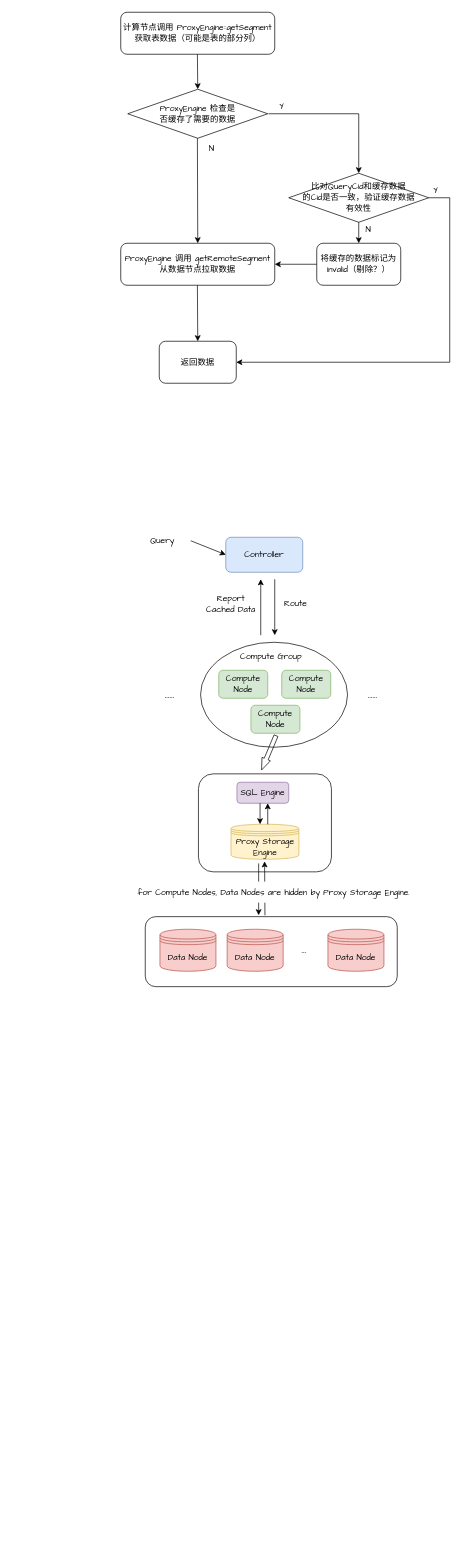
This is disaggregate.drawio from yeqiyi/drawIO, a draw.io file, before an edit. Source tidied: cells renumbered, new cells numbered last; positions are measured from the earlier drawing's top-left corner, leaving out a move shared by most shapes. Both pictures are drawn from the tidied source at 70%, with x=0, y=0 at pixel (120, 12).
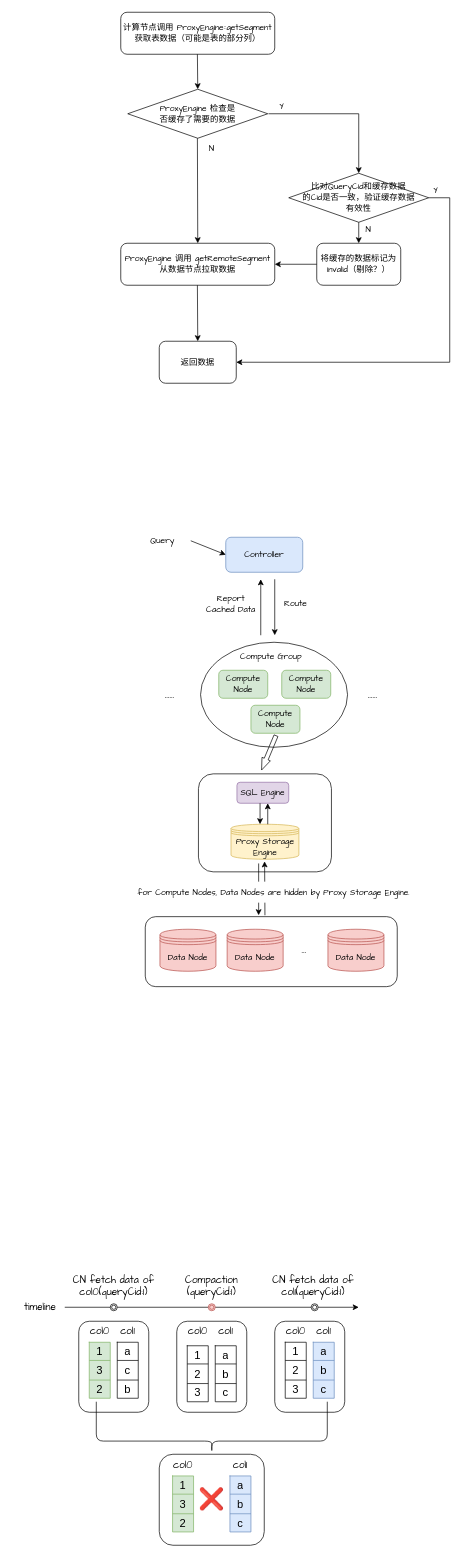
After the change.

The edit, as a diff of the source:
```diff
@@
+    <mxCell id="47" style="endArrow=classic;html=1;rounded=0;" parent="1" edge="1">
+      <mxGeometry relative="1" as="geometry">
+        <mxPoint x="-80" y="1850" as="sourcePoint" />
+        <mxPoint x="340" y="1850" as="targetPoint" />
+      </mxGeometry>
+    </mxCell>
+    <mxCell id="48" value="&lt;font style=&quot;font-size: 14px;&quot; face=&quot;Comic Sans MS&quot;&gt;timeline&lt;/font&gt;" style="text;html=1;align=center;verticalAlign=middle;whiteSpace=wrap;rounded=0;" parent="1" vertex="1">
+      <mxGeometry x="-155" y="1835" width="80" height="30" as="geometry" />
+    </mxCell>
+    <mxCell id="49" style="ellipse;shape=doubleEllipse;whiteSpace=wrap;html=1;" parent="1" vertex="1">
+      <mxGeometry x="-15" y="1845" width="10" height="10" as="geometry" />
+    </mxCell>
+    <mxCell id="50" value="&lt;font face=&quot;Comic Sans MS&quot;&gt;&lt;span style=&quot;font-size: 14px;&quot;&gt;CN fetch data of&lt;/span&gt;&lt;/font&gt;&lt;div&gt;&lt;font face=&quot;Comic Sans MS&quot;&gt;&lt;span style=&quot;font-size: 14px;&quot;&gt;col0(queryCid:1)&lt;/span&gt;&lt;/font&gt;&lt;/div&gt;" style="text;html=1;align=center;verticalAlign=middle;whiteSpace=wrap;rounded=0;" parent="1" vertex="1">
+      <mxGeometry x="-75" y="1805" width="130" height="30" as="geometry" />
+    </mxCell>
+    <mxCell id="51" style="rounded=1;whiteSpace=wrap;html=1;" parent="1" vertex="1">
+      <mxGeometry x="-60" y="1870" width="100" height="130" as="geometry" />
+    </mxCell>
+    <mxCell id="52" value="&lt;font style=&quot;font-size: 14px;&quot; face=&quot;Comic Sans MS&quot;&gt;col0&lt;/font&gt;" style="text;html=1;align=center;verticalAlign=middle;whiteSpace=wrap;rounded=0;" parent="1" vertex="1">
+      <mxGeometry x="-70" y="1870" width="80" height="30" as="geometry" />
+    </mxCell>
+    <mxCell id="53" value="&lt;font style=&quot;font-size: 14px;&quot; face=&quot;Comic Sans MS&quot;&gt;col1&lt;/font&gt;" style="text;html=1;align=center;verticalAlign=middle;whiteSpace=wrap;rounded=0;" parent="1" vertex="1">
+      <mxGeometry x="-30" y="1870" width="80" height="30" as="geometry" />
+    </mxCell>
+    <mxCell id="54" style="shape=table;startSize=0;childLayout=tableLayout;fontSize=16;fillColor=#d5e8d4;strokeColor=#82b366;" parent="1" vertex="1">
+      <mxGeometry x="-45" y="1900" width="30" height="80" as="geometry" />
+    </mxCell>
+    <mxCell id="55" style="shape=tableRow;horizontal=0;startSize=0;swimlaneHead=0;swimlaneBody=0;strokeColor=inherit;top=0;left=0;bottom=0;right=0;fillColor=none;fontSize=16;" parent="54" vertex="1">
+      <mxGeometry width="30" height="26" as="geometry" />
+    </mxCell>
+    <mxCell id="56" value="1" style="shape=partialRectangle;html=1;whiteSpace=wrap;strokeColor=inherit;overflow=hidden;fillColor=none;top=0;left=0;bottom=0;right=0;fontSize=16;" parent="55" vertex="1">
+      <mxGeometry width="30" height="26" as="geometry" />
+    </mxCell>
+    <mxCell id="57" style="shape=tableRow;horizontal=0;startSize=0;swimlaneHead=0;swimlaneBody=0;strokeColor=inherit;top=0;left=0;bottom=0;right=0;fillColor=none;fontSize=16;" parent="54" vertex="1">
+      <mxGeometry y="26" width="30" height="28" as="geometry" />
+    </mxCell>
+    <mxCell id="58" value="3" style="shape=partialRectangle;html=1;whiteSpace=wrap;strokeColor=inherit;overflow=hidden;fillColor=none;top=0;left=0;bottom=0;right=0;fontSize=16;" parent="57" vertex="1">
+      <mxGeometry width="30" height="28" as="geometry" />
+    </mxCell>
+    <mxCell id="59" style="shape=tableRow;horizontal=0;startSize=0;swimlaneHead=0;swimlaneBody=0;strokeColor=inherit;top=0;left=0;bottom=0;right=0;fillColor=none;fontSize=16;" parent="54" vertex="1">
+      <mxGeometry y="54" width="30" height="26" as="geometry" />
+    </mxCell>
+    <mxCell id="60" value="2" style="shape=partialRectangle;html=1;whiteSpace=wrap;strokeColor=inherit;overflow=hidden;fillColor=none;top=0;left=0;bottom=0;right=0;fontSize=16;" parent="59" vertex="1">
+      <mxGeometry width="30" height="26" as="geometry" />
+    </mxCell>
+    <mxCell id="61" style="shape=table;startSize=0;childLayout=tableLayout;fontSize=16;" parent="1" vertex="1">
+      <mxGeometry x="-5" y="1900" width="30" height="80" as="geometry" />
+    </mxCell>
+    <mxCell id="62" style="shape=tableRow;horizontal=0;startSize=0;swimlaneHead=0;swimlaneBody=0;strokeColor=inherit;top=0;left=0;bottom=0;right=0;fillColor=none;fontSize=16;" parent="61" vertex="1">
+      <mxGeometry width="30" height="26" as="geometry" />
+    </mxCell>
+    <mxCell id="63" value="a" style="shape=partialRectangle;html=1;whiteSpace=wrap;strokeColor=inherit;overflow=hidden;fillColor=none;top=0;left=0;bottom=0;right=0;fontSize=16;" parent="62" vertex="1">
+      <mxGeometry width="30" height="26" as="geometry" />
+    </mxCell>
+    <mxCell id="64" style="shape=tableRow;horizontal=0;startSize=0;swimlaneHead=0;swimlaneBody=0;strokeColor=inherit;top=0;left=0;bottom=0;right=0;fillColor=none;fontSize=16;" parent="61" vertex="1">
+      <mxGeometry y="26" width="30" height="28" as="geometry" />
+    </mxCell>
+    <mxCell id="65" value="c" style="shape=partialRectangle;html=1;whiteSpace=wrap;strokeColor=inherit;overflow=hidden;fillColor=none;top=0;left=0;bottom=0;right=0;fontSize=16;" parent="64" vertex="1">
+      <mxGeometry width="30" height="28" as="geometry" />
+    </mxCell>
+    <mxCell id="66" style="shape=tableRow;horizontal=0;startSize=0;swimlaneHead=0;swimlaneBody=0;strokeColor=inherit;top=0;left=0;bottom=0;right=0;fillColor=none;fontSize=16;" parent="61" vertex="1">
+      <mxGeometry y="54" width="30" height="26" as="geometry" />
+    </mxCell>
+    <mxCell id="67" value="b" style="shape=partialRectangle;html=1;whiteSpace=wrap;strokeColor=inherit;overflow=hidden;fillColor=none;top=0;left=0;bottom=0;right=0;fontSize=16;" parent="66" vertex="1">
+      <mxGeometry width="30" height="26" as="geometry" />
+    </mxCell>
+    <mxCell id="68" style="ellipse;shape=doubleEllipse;whiteSpace=wrap;html=1;fillColor=#f8cecc;strokeColor=#b85450;" parent="1" vertex="1">
+      <mxGeometry x="125" y="1845" width="10" height="10" as="geometry" />
+    </mxCell>
+    <mxCell id="69" value="&lt;font face=&quot;Comic Sans MS&quot;&gt;&lt;span style=&quot;font-size: 14px;&quot;&gt;Compaction&lt;/span&gt;&lt;/font&gt;&lt;div&gt;&lt;font face=&quot;Comic Sans MS&quot;&gt;&lt;span style=&quot;font-size: 14px;&quot;&gt;(queryCid:1)&lt;/span&gt;&lt;/font&gt;&lt;/div&gt;" style="text;html=1;align=center;verticalAlign=middle;whiteSpace=wrap;rounded=0;" parent="1" vertex="1">
+      <mxGeometry x="65" y="1805" width="130" height="30" as="geometry" />
+    </mxCell>
+    <mxCell id="70" style="text;html=1;align=center;verticalAlign=middle;whiteSpace=wrap;rounded=0;" parent="1" vertex="1">
+      <mxGeometry x="150" y="1805" width="130" height="30" as="geometry" />
+    </mxCell>
+    <mxCell id="71" value="&lt;font face=&quot;Comic Sans MS&quot;&gt;&lt;span style=&quot;font-size: 14px;&quot;&gt;CN fetch data of&lt;/span&gt;&lt;/font&gt;&lt;div&gt;&lt;font face=&quot;Comic Sans MS&quot;&gt;&lt;span style=&quot;font-size: 14px;&quot;&gt;col1(queryCid:1)&lt;/span&gt;&lt;/font&gt;&lt;/div&gt;" style="text;html=1;align=center;verticalAlign=middle;whiteSpace=wrap;rounded=0;" parent="1" vertex="1">
+      <mxGeometry x="210" y="1805" width="130" height="30" as="geometry" />
+    </mxCell>
+    <mxCell id="72" style="ellipse;shape=doubleEllipse;whiteSpace=wrap;html=1;" parent="1" vertex="1">
+      <mxGeometry x="272" y="1845" width="10" height="10" as="geometry" />
+    </mxCell>
+    <mxCell id="73" style="rounded=1;whiteSpace=wrap;html=1;" parent="1" vertex="1">
+      <mxGeometry x="220" y="1870" width="100" height="130" as="geometry" />
+    </mxCell>
+    <mxCell id="74" value="&lt;font style=&quot;font-size: 14px;&quot; face=&quot;Comic Sans MS&quot;&gt;col0&lt;/font&gt;" style="text;html=1;align=center;verticalAlign=middle;whiteSpace=wrap;rounded=0;" parent="1" vertex="1">
+      <mxGeometry x="210" y="1870" width="80" height="30" as="geometry" />
+    </mxCell>
+    <mxCell id="75" value="&lt;font style=&quot;font-size: 14px;&quot; face=&quot;Comic Sans MS&quot;&gt;col1&lt;/font&gt;" style="text;html=1;align=center;verticalAlign=middle;whiteSpace=wrap;rounded=0;" parent="1" vertex="1">
+      <mxGeometry x="250" y="1870" width="80" height="30" as="geometry" />
+    </mxCell>
+    <mxCell id="76" style="shape=table;startSize=0;childLayout=tableLayout;fontSize=16;fillColor=#dae8fc;strokeColor=#6c8ebf;" parent="1" vertex="1">
+      <mxGeometry x="275" y="1900" width="30" height="80" as="geometry" />
+    </mxCell>
+    <mxCell id="77" style="shape=tableRow;horizontal=0;startSize=0;swimlaneHead=0;swimlaneBody=0;strokeColor=inherit;top=0;left=0;bottom=0;right=0;fillColor=none;fontSize=16;" parent="76" vertex="1">
+      <mxGeometry width="30" height="26" as="geometry" />
+    </mxCell>
+    <mxCell id="78" value="a" style="shape=partialRectangle;html=1;whiteSpace=wrap;strokeColor=inherit;overflow=hidden;fillColor=none;top=0;left=0;bottom=0;right=0;fontSize=16;" parent="77" vertex="1">
+      <mxGeometry width="30" height="26" as="geometry" />
+    </mxCell>
+    <mxCell id="79" style="shape=tableRow;horizontal=0;startSize=0;swimlaneHead=0;swimlaneBody=0;strokeColor=inherit;top=0;left=0;bottom=0;right=0;fillColor=none;fontSize=16;" parent="76" vertex="1">
+      <mxGeometry y="26" width="30" height="28" as="geometry" />
+    </mxCell>
+    <mxCell id="80" value="b" style="shape=partialRectangle;html=1;whiteSpace=wrap;strokeColor=inherit;overflow=hidden;fillColor=none;top=0;left=0;bottom=0;right=0;fontSize=16;" parent="79" vertex="1">
+      <mxGeometry width="30" height="28" as="geometry" />
+    </mxCell>
+    <mxCell id="81" style="shape=tableRow;horizontal=0;startSize=0;swimlaneHead=0;swimlaneBody=0;strokeColor=inherit;top=0;left=0;bottom=0;right=0;fillColor=none;fontSize=16;" parent="76" vertex="1">
+      <mxGeometry y="54" width="30" height="26" as="geometry" />
+    </mxCell>
+    <mxCell id="82" value="c" style="shape=partialRectangle;html=1;whiteSpace=wrap;strokeColor=inherit;overflow=hidden;fillColor=none;top=0;left=0;bottom=0;right=0;fontSize=16;" parent="81" vertex="1">
+      <mxGeometry width="30" height="26" as="geometry" />
+    </mxCell>
+    <mxCell id="83" style="shape=table;startSize=0;childLayout=tableLayout;fontSize=16;" parent="1" vertex="1">
+      <mxGeometry x="235" y="1900" width="30" height="80" as="geometry" />
+    </mxCell>
+    <mxCell id="84" style="shape=tableRow;horizontal=0;startSize=0;swimlaneHead=0;swimlaneBody=0;strokeColor=inherit;top=0;left=0;bottom=0;right=0;fillColor=none;fontSize=16;" parent="83" vertex="1">
+      <mxGeometry width="30" height="26" as="geometry" />
+    </mxCell>
+    <mxCell id="85" value="1" style="shape=partialRectangle;html=1;whiteSpace=wrap;strokeColor=inherit;overflow=hidden;fillColor=none;top=0;left=0;bottom=0;right=0;fontSize=16;" parent="84" vertex="1">
+      <mxGeometry width="30" height="26" as="geometry" />
+    </mxCell>
+    <mxCell id="86" style="shape=tableRow;horizontal=0;startSize=0;swimlaneHead=0;swimlaneBody=0;strokeColor=inherit;top=0;left=0;bottom=0;right=0;fillColor=none;fontSize=16;" parent="83" vertex="1">
+      <mxGeometry y="26" width="30" height="28" as="geometry" />
+    </mxCell>
+    <mxCell id="87" value="2" style="shape=partialRectangle;html=1;whiteSpace=wrap;strokeColor=inherit;overflow=hidden;fillColor=none;top=0;left=0;bottom=0;right=0;fontSize=16;" parent="86" vertex="1">
+      <mxGeometry width="30" height="28" as="geometry" />
+    </mxCell>
+    <mxCell id="88" style="shape=tableRow;horizontal=0;startSize=0;swimlaneHead=0;swimlaneBody=0;strokeColor=inherit;top=0;left=0;bottom=0;right=0;fillColor=none;fontSize=16;" parent="83" vertex="1">
+      <mxGeometry y="54" width="30" height="26" as="geometry" />
+    </mxCell>
+    <mxCell id="89" value="3" style="shape=partialRectangle;html=1;whiteSpace=wrap;strokeColor=inherit;overflow=hidden;fillColor=none;top=0;left=0;bottom=0;right=0;fontSize=16;" parent="88" vertex="1">
+      <mxGeometry width="30" height="26" as="geometry" />
+    </mxCell>
+    <mxCell id="90" style="shape=curlyBracket;whiteSpace=wrap;html=1;rounded=1;flipH=1;labelPosition=right;verticalLabelPosition=middle;align=left;verticalAlign=middle;rotation=90;size=0.22413793103448276;" parent="1" vertex="1">
+      <mxGeometry x="93.8" y="1856.2" width="72.5" height="330" as="geometry" />
+    </mxCell>
+    <mxCell id="91" style="rounded=1;whiteSpace=wrap;html=1;" parent="1" vertex="1">
+      <mxGeometry x="55" y="2060" width="150" height="130" as="geometry" />
+    </mxCell>
+    <mxCell id="92" value="&lt;font style=&quot;font-size: 14px;&quot; face=&quot;Comic Sans MS&quot;&gt;col0&lt;/font&gt;" style="text;html=1;align=center;verticalAlign=middle;whiteSpace=wrap;rounded=0;" parent="1" vertex="1">
+      <mxGeometry x="49" y="2061" width="80" height="30" as="geometry" />
+    </mxCell>
+    <mxCell id="93" value="&lt;font style=&quot;font-size: 14px;&quot; face=&quot;Comic Sans MS&quot;&gt;col1&lt;/font&gt;" style="text;html=1;align=center;verticalAlign=middle;whiteSpace=wrap;rounded=0;" parent="1" vertex="1">
+      <mxGeometry x="131" y="2061" width="80" height="30" as="geometry" />
+    </mxCell>
+    <mxCell id="94" style="shape=table;startSize=0;childLayout=tableLayout;fontSize=16;fillColor=#dae8fc;strokeColor=#6c8ebf;" parent="1" vertex="1">
+      <mxGeometry x="156" y="2091" width="30" height="80" as="geometry" />
+    </mxCell>
+    <mxCell id="95" style="shape=tableRow;horizontal=0;startSize=0;swimlaneHead=0;swimlaneBody=0;strokeColor=inherit;top=0;left=0;bottom=0;right=0;fillColor=none;fontSize=16;" parent="94" vertex="1">
+      <mxGeometry width="30" height="26" as="geometry" />
+    </mxCell>
+    <mxCell id="96" value="a" style="shape=partialRectangle;html=1;whiteSpace=wrap;strokeColor=inherit;overflow=hidden;fillColor=none;top=0;left=0;bottom=0;right=0;fontSize=16;" parent="95" vertex="1">
+      <mxGeometry width="30" height="26" as="geometry" />
+    </mxCell>
+    <mxCell id="97" style="shape=tableRow;horizontal=0;startSize=0;swimlaneHead=0;swimlaneBody=0;strokeColor=inherit;top=0;left=0;bottom=0;right=0;fillColor=none;fontSize=16;" parent="94" vertex="1">
+      <mxGeometry y="26" width="30" height="28" as="geometry" />
+    </mxCell>
+    <mxCell id="98" value="b" style="shape=partialRectangle;html=1;whiteSpace=wrap;strokeColor=inherit;overflow=hidden;fillColor=none;top=0;left=0;bottom=0;right=0;fontSize=16;" parent="97" vertex="1">
+      <mxGeometry width="30" height="28" as="geometry" />
+    </mxCell>
+    <mxCell id="99" style="shape=tableRow;horizontal=0;startSize=0;swimlaneHead=0;swimlaneBody=0;strokeColor=inherit;top=0;left=0;bottom=0;right=0;fillColor=none;fontSize=16;" parent="94" vertex="1">
+      <mxGeometry y="54" width="30" height="26" as="geometry" />
+    </mxCell>
+    <mxCell id="100" value="c" style="shape=partialRectangle;html=1;whiteSpace=wrap;strokeColor=inherit;overflow=hidden;fillColor=none;top=0;left=0;bottom=0;right=0;fontSize=16;" parent="99" vertex="1">
+      <mxGeometry width="30" height="26" as="geometry" />
+    </mxCell>
+    <mxCell id="101" style="shape=table;startSize=0;childLayout=tableLayout;fontSize=16;fillColor=#d5e8d4;strokeColor=#82b366;" parent="1" vertex="1">
+      <mxGeometry x="74" y="2091" width="30" height="80" as="geometry" />
+    </mxCell>
+    <mxCell id="102" style="shape=tableRow;horizontal=0;startSize=0;swimlaneHead=0;swimlaneBody=0;strokeColor=inherit;top=0;left=0;bottom=0;right=0;fillColor=none;fontSize=16;" parent="101" vertex="1">
+      <mxGeometry width="30" height="26" as="geometry" />
+    </mxCell>
+    <mxCell id="103" value="1" style="shape=partialRectangle;html=1;whiteSpace=wrap;strokeColor=inherit;overflow=hidden;fillColor=none;top=0;left=0;bottom=0;right=0;fontSize=16;" parent="102" vertex="1">
+      <mxGeometry width="30" height="26" as="geometry" />
+    </mxCell>
+    <mxCell id="104" style="shape=tableRow;horizontal=0;startSize=0;swimlaneHead=0;swimlaneBody=0;strokeColor=inherit;top=0;left=0;bottom=0;right=0;fillColor=none;fontSize=16;" parent="101" vertex="1">
+      <mxGeometry y="26" width="30" height="28" as="geometry" />
+    </mxCell>
+    <mxCell id="105" value="3" style="shape=partialRectangle;html=1;whiteSpace=wrap;strokeColor=inherit;overflow=hidden;fillColor=none;top=0;left=0;bottom=0;right=0;fontSize=16;" parent="104" vertex="1">
+      <mxGeometry width="30" height="28" as="geometry" />
+    </mxCell>
+    <mxCell id="106" style="shape=tableRow;horizontal=0;startSize=0;swimlaneHead=0;swimlaneBody=0;strokeColor=inherit;top=0;left=0;bottom=0;right=0;fillColor=none;fontSize=16;" parent="101" vertex="1">
+      <mxGeometry y="54" width="30" height="26" as="geometry" />
+    </mxCell>
+    <mxCell id="107" value="2" style="shape=partialRectangle;html=1;whiteSpace=wrap;strokeColor=inherit;overflow=hidden;fillColor=none;top=0;left=0;bottom=0;right=0;fontSize=16;" parent="106" vertex="1">
+      <mxGeometry width="30" height="26" as="geometry" />
+    </mxCell>
+    <mxCell id="108" style="rounded=1;whiteSpace=wrap;html=1;" parent="1" vertex="1">
+      <mxGeometry x="80" y="1870" width="100" height="130" as="geometry" />
+    </mxCell>
+    <mxCell id="109" value="&lt;font style=&quot;font-size: 14px;&quot; face=&quot;Comic Sans MS&quot;&gt;col0&lt;/font&gt;" style="text;html=1;align=center;verticalAlign=middle;whiteSpace=wrap;rounded=0;" parent="1" vertex="1">
+      <mxGeometry x="70" y="1870" width="80" height="30" as="geometry" />
+    </mxCell>
+    <mxCell id="110" value="&lt;font style=&quot;font-size: 14px;&quot; face=&quot;Comic Sans MS&quot;&gt;col1&lt;/font&gt;" style="text;html=1;align=center;verticalAlign=middle;whiteSpace=wrap;rounded=0;" parent="1" vertex="1">
+      <mxGeometry x="110" y="1870" width="80" height="30" as="geometry" />
+    </mxCell>
+    <mxCell id="111" value="&lt;font style=&quot;font-size: 30px;&quot; face=&quot;Comic Sans MS&quot;&gt;❌&lt;/font&gt;" style="text;html=1;align=center;verticalAlign=middle;whiteSpace=wrap;rounded=0;" parent="1" vertex="1">
+      <mxGeometry x="65" y="2110" width="130" height="30" as="geometry" />
+    </mxCell>
+    <mxCell id="112" style="shape=table;startSize=0;childLayout=tableLayout;fontSize=16;" parent="1" vertex="1">
+      <mxGeometry x="95" y="1905" width="30" height="80" as="geometry" />
+    </mxCell>
+    <mxCell id="113" style="shape=tableRow;horizontal=0;startSize=0;swimlaneHead=0;swimlaneBody=0;strokeColor=inherit;top=0;left=0;bottom=0;right=0;fillColor=none;fontSize=16;" parent="112" vertex="1">
+      <mxGeometry width="30" height="26" as="geometry" />
+    </mxCell>
+    <mxCell id="114" value="1" style="shape=partialRectangle;html=1;whiteSpace=wrap;strokeColor=inherit;overflow=hidden;fillColor=none;top=0;left=0;bottom=0;right=0;fontSize=16;" parent="113" vertex="1">
+      <mxGeometry width="30" height="26" as="geometry" />
+    </mxCell>
+    <mxCell id="115" style="shape=tableRow;horizontal=0;startSize=0;swimlaneHead=0;swimlaneBody=0;strokeColor=inherit;top=0;left=0;bottom=0;right=0;fillColor=none;fontSize=16;" parent="112" vertex="1">
+      <mxGeometry y="26" width="30" height="28" as="geometry" />
+    </mxCell>
+    <mxCell id="116" value="2" style="shape=partialRectangle;html=1;whiteSpace=wrap;strokeColor=inherit;overflow=hidden;fillColor=none;top=0;left=0;bottom=0;right=0;fontSize=16;" parent="115" vertex="1">
+      <mxGeometry width="30" height="28" as="geometry" />
+    </mxCell>
+    <mxCell id="117" style="shape=tableRow;horizontal=0;startSize=0;swimlaneHead=0;swimlaneBody=0;strokeColor=inherit;top=0;left=0;bottom=0;right=0;fillColor=none;fontSize=16;" parent="112" vertex="1">
+      <mxGeometry y="54" width="30" height="26" as="geometry" />
+    </mxCell>
+    <mxCell id="118" value="3" style="shape=partialRectangle;html=1;whiteSpace=wrap;strokeColor=inherit;overflow=hidden;fillColor=none;top=0;left=0;bottom=0;right=0;fontSize=16;" parent="117" vertex="1">
+      <mxGeometry width="30" height="26" as="geometry" />
+    </mxCell>
+    <mxCell id="119" style="shape=table;startSize=0;childLayout=tableLayout;fontSize=16;" parent="1" vertex="1">
+      <mxGeometry x="135" y="1905" width="30" height="80" as="geometry" />
+    </mxCell>
+    <mxCell id="120" style="shape=tableRow;horizontal=0;startSize=0;swimlaneHead=0;swimlaneBody=0;strokeColor=inherit;top=0;left=0;bottom=0;right=0;fillColor=none;fontSize=16;" parent="119" vertex="1">
+      <mxGeometry width="30" height="26" as="geometry" />
+    </mxCell>
+    <mxCell id="121" value="a" style="shape=partialRectangle;html=1;whiteSpace=wrap;strokeColor=inherit;overflow=hidden;fillColor=none;top=0;left=0;bottom=0;right=0;fontSize=16;" parent="120" vertex="1">
+      <mxGeometry width="30" height="26" as="geometry" />
+    </mxCell>
+    <mxCell id="122" style="shape=tableRow;horizontal=0;startSize=0;swimlaneHead=0;swimlaneBody=0;strokeColor=inherit;top=0;left=0;bottom=0;right=0;fillColor=none;fontSize=16;" parent="119" vertex="1">
+      <mxGeometry y="26" width="30" height="28" as="geometry" />
+    </mxCell>
+    <mxCell id="123" value="b" style="shape=partialRectangle;html=1;whiteSpace=wrap;strokeColor=inherit;overflow=hidden;fillColor=none;top=0;left=0;bottom=0;right=0;fontSize=16;" parent="122" vertex="1">
+      <mxGeometry width="30" height="28" as="geometry" />
+    </mxCell>
+    <mxCell id="124" style="shape=tableRow;horizontal=0;startSize=0;swimlaneHead=0;swimlaneBody=0;strokeColor=inherit;top=0;left=0;bottom=0;right=0;fillColor=none;fontSize=16;" parent="119" vertex="1">
+      <mxGeometry y="54" width="30" height="26" as="geometry" />
+    </mxCell>
+    <mxCell id="125" value="c" style="shape=partialRectangle;html=1;whiteSpace=wrap;strokeColor=inherit;overflow=hidden;fillColor=none;top=0;left=0;bottom=0;right=0;fontSize=16;" parent="124" vertex="1">
+      <mxGeometry width="30" height="26" as="geometry" />
+    </mxCell>
```
